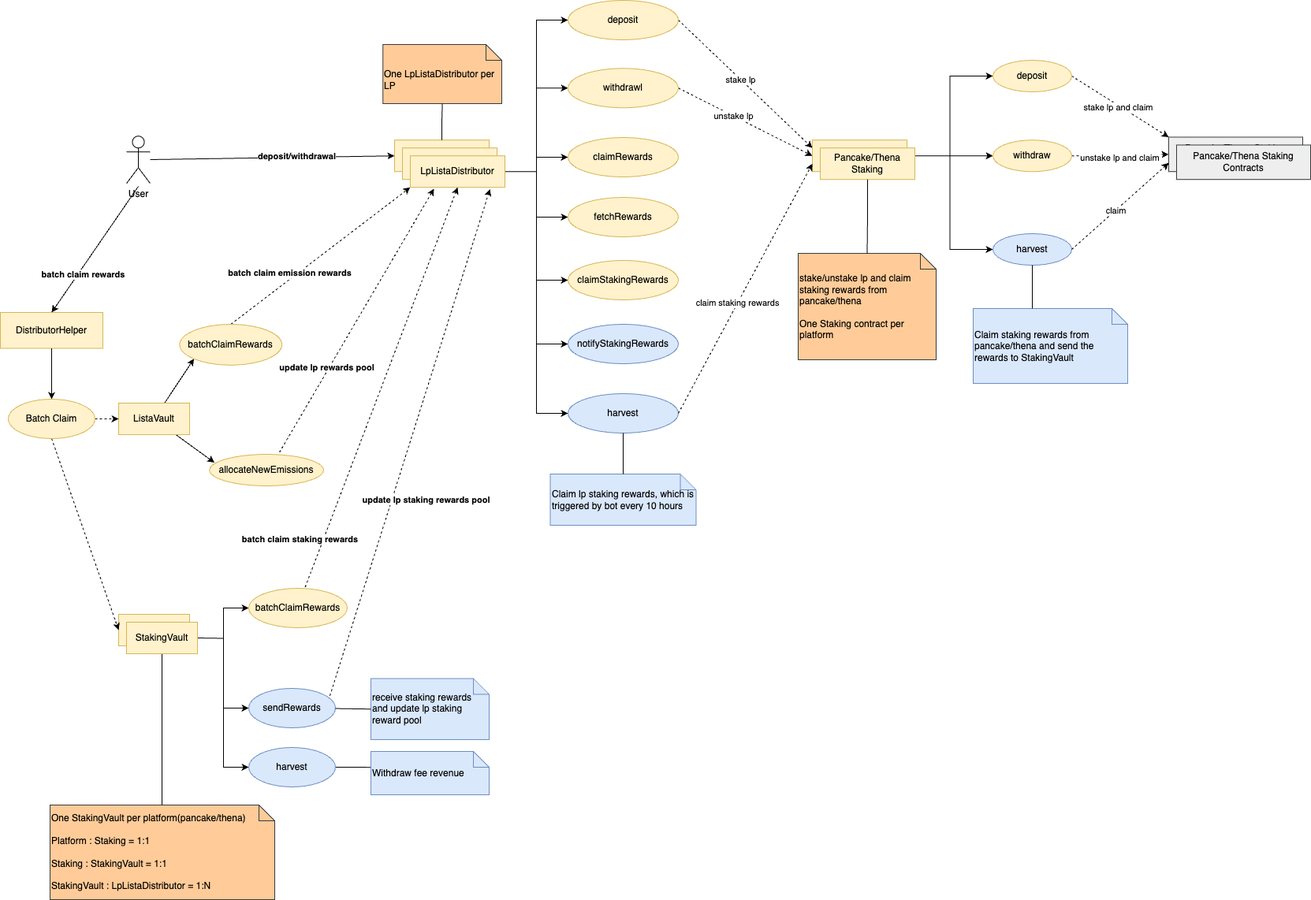
Before: diagrams/Token-Emission.drawio.png, a diagram exported from draw.io (lista-dao/lista-token). Source tidied: cells renumbered, new cells last; positions are measured from the earlier drawing's top-left corner, leaving out a move shared by most shapes.
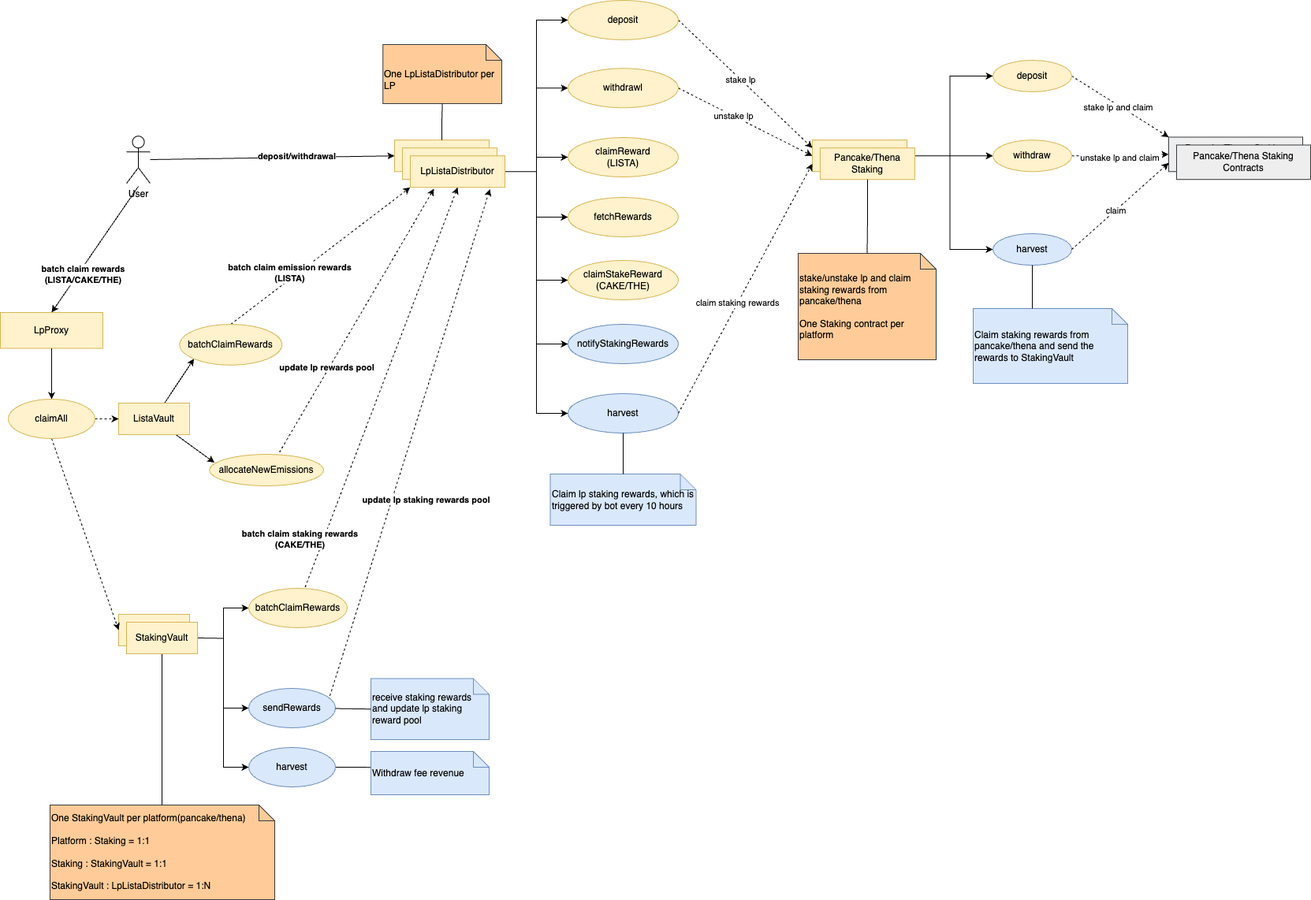
Above is the later version.

Commit message:
doc: update token emission diagram

Diff of the diagram source:
```diff
@@ -111,7 +111,7 @@
     <mxCell id="36" style="rounded=0;jettySize=auto;html=1;entryX=0;entryY=1;entryDx=0;entryDy=0;dashed=1;exitX=0.5;exitY=0;exitDx=0;exitDy=0;" parent="1" edge="1" source="50" target="35">
       <mxGeometry relative="1" as="geometry" />
     </mxCell>
-    <mxCell id="37" value="&lt;b&gt;batch claim emission rewards&lt;/b&gt;" style="edgeLabel;html=1;align=center;verticalAlign=middle;" parent="36" vertex="1">
+    <mxCell id="37" value="&lt;b&gt;batch claim emission rewards&lt;br&gt;(LISTA)&lt;/b&gt;" style="edgeLabel;html=1;align=center;verticalAlign=middle;" parent="36" vertex="1">
       <mxGeometry x="-0.02" relative="1" as="geometry">
         <mxPoint x="-37" y="19" as="offset" />
       </mxGeometry>
@@ -130,7 +130,7 @@
         <mxPoint x="175" y="236" as="sourcePoint" />
       </mxGeometry>
     </mxCell>
-    <mxCell id="42" value="&lt;b&gt;batch claim rewards&lt;/b&gt;" style="edgeLabel;html=1;align=center;verticalAlign=middle;" parent="41" vertex="1">
+    <mxCell id="42" value="&lt;b&gt;batch claim rewards&lt;br&gt;(LISTA/CAKE/THE)&lt;/b&gt;" style="edgeLabel;html=1;align=center;verticalAlign=middle;" parent="41" vertex="1">
       <mxGeometry x="0.35" y="4" relative="1" as="geometry">
         <mxPoint y="1" as="offset" />
       </mxGeometry>
@@ -150,7 +150,7 @@
     <mxCell id="47" style="edgeStyle=orthogonalEdgeStyle;rounded=0;jettySize=auto;html=1;exitX=0.5;exitY=1;exitDx=0;exitDy=0;entryX=0.5;entryY=0;entryDx=0;entryDy=0;entryPerimeter=0;endArrow=none;endFill=0;" parent="1" edge="1" source="10" target="46">
       <mxGeometry relative="1" as="geometry" />
     </mxCell>
-    <mxCell id="48" value="claimRewards" style="ellipse;whiteSpace=wrap;html=1;align=center;strokeColor=#d6b656;verticalAlign=middle;fontFamily=Helvetica;fontSize=12;fillColor=#fff2cc;" parent="1" vertex="1">
+    <mxCell id="48" value="claimReward&lt;br&gt;(LISTA)" style="ellipse;whiteSpace=wrap;html=1;align=center;strokeColor=#d6b656;verticalAlign=middle;fontFamily=Helvetica;fontSize=12;fillColor=#fff2cc;" parent="1" vertex="1">
       <mxGeometry x="720" y="174" width="140" height="50" as="geometry" />
     </mxCell>
     <mxCell id="49" value="&lt;span style=&quot;color: rgb(0, 0, 0); font-family: Helvetica; font-size: 12px; font-style: normal; font-variant-ligatures: normal; font-variant-caps: normal; font-weight: 400; letter-spacing: normal; orphans: 2; text-align: center; text-indent: 0px; text-transform: none; widows: 2; word-spacing: 0px; -webkit-text-stroke-width: 0px; white-space: normal; text-decoration-thickness: initial; text-decoration-style: initial; text-decoration-color: initial; float: none; display: inline !important;&quot;&gt;Pancake/Thena Staking&lt;/span&gt;" style="whiteSpace=wrap;html=1;align=center;strokeColor=#d6b656;verticalAlign=middle;fontFamily=Helvetica;fontSize=12;fillColor=#fff2cc;" parent="1" vertex="1">
@@ -197,7 +197,7 @@
     <mxCell id="60" style="rounded=0;jettySize=auto;html=1;entryX=0.5;entryY=1;entryDx=0;entryDy=0;exitX=0.573;exitY=-0.03;exitDx=0;exitDy=0;dashed=1;exitPerimeter=0;" parent="1" edge="1" source="55" target="35">
       <mxGeometry relative="1" as="geometry" />
     </mxCell>
-    <mxCell id="61" value="&lt;b&gt;batch claim staking rewards&lt;/b&gt;" style="edgeLabel;html=1;align=center;verticalAlign=middle;" parent="60" vertex="1">
+    <mxCell id="61" value="&lt;b&gt;batch claim staking rewards&lt;br&gt;(CAKE/THE)&lt;/b&gt;" style="edgeLabel;html=1;align=center;verticalAlign=middle;" parent="60" vertex="1">
       <mxGeometry x="-0.54" relative="1" as="geometry">
         <mxPoint x="-52" y="57" as="offset" />
       </mxGeometry>
@@ -211,7 +211,7 @@
     <mxCell id="64" style="rounded=0;jettySize=auto;html=1;entryX=0;entryY=0.5;entryDx=0;entryDy=0;exitX=0.5;exitY=1;exitDx=0;exitDy=0;dashed=1;" parent="1" edge="1" source="82" target="56">
       <mxGeometry relative="1" as="geometry" />
     </mxCell>
-    <mxCell id="65" value="DistributorHelper" style="whiteSpace=wrap;html=1;align=center;strokeColor=#d6b656;verticalAlign=middle;fontFamily=Helvetica;fontSize=12;fillColor=#fff2cc;" parent="1" vertex="1">
+    <mxCell id="65" value="LpProxy" style="whiteSpace=wrap;html=1;align=center;strokeColor=#d6b656;verticalAlign=middle;fontFamily=Helvetica;fontSize=12;fillColor=#fff2cc;" parent="1" vertex="1">
       <mxGeometry y="396" width="130" height="45.5" as="geometry" />
     </mxCell>
     <mxCell id="66" value="Claim staking rewards from pancake/thena and send the rewards to StakingVault" style="shape=note;size=20;whiteSpace=wrap;html=1;strokeColor=#6c8ebf;align=left;verticalAlign=middle;fontFamily=Helvetica;fontSize=12;fillColor=#dae8fc;" parent="1" vertex="1">
@@ -266,7 +266,7 @@
     <mxCell id="81" style="edgeStyle=orthogonalEdgeStyle;rounded=0;jettySize=auto;html=1;exitX=0.5;exitY=1;exitDx=0;exitDy=0;" parent="1" edge="1" source="65" target="82">
       <mxGeometry relative="1" as="geometry" />
     </mxCell>
-    <mxCell id="82" value="Batch Claim" style="ellipse;whiteSpace=wrap;html=1;align=center;strokeColor=#d6b656;verticalAlign=middle;fontFamily=Helvetica;fontSize=12;fillColor=#fff2cc;" parent="1" vertex="1">
+    <mxCell id="82" value="claimAll" style="ellipse;whiteSpace=wrap;html=1;align=center;strokeColor=#d6b656;verticalAlign=middle;fontFamily=Helvetica;fontSize=12;fillColor=#fff2cc;" parent="1" vertex="1">
       <mxGeometry x="10" y="506" width="110" height="50" as="geometry" />
     </mxCell>
     <mxCell id="83" value="Pancake/Thena Staking Contracts" style="whiteSpace=wrap;html=1;align=center;strokeColor=#36393d;verticalAlign=middle;fontFamily=Helvetica;fontSize=12;fillColor=#eeeeee;" parent="1" vertex="1">
@@ -275,7 +275,7 @@
     <mxCell id="84" value="StakingVault" style="whiteSpace=wrap;html=1;align=center;strokeColor=#d6b656;verticalAlign=middle;fontFamily=Helvetica;fontSize=12;fillColor=#fff2cc;" parent="1" vertex="1">
       <mxGeometry x="160" y="789" width="90" height="40" as="geometry" />
     </mxCell>
-    <mxCell id="85" value="claimStakingRewards" style="ellipse;whiteSpace=wrap;html=1;align=center;strokeColor=#d6b656;verticalAlign=middle;fontFamily=Helvetica;fontSize=12;fillColor=#fff2cc;" parent="1" vertex="1">
+    <mxCell id="85" value="claimStakeReward&lt;br&gt;(CAKE/THE)" style="ellipse;whiteSpace=wrap;html=1;align=center;strokeColor=#d6b656;verticalAlign=middle;fontFamily=Helvetica;fontSize=12;fillColor=#fff2cc;" parent="1" vertex="1">
       <mxGeometry x="720" y="330" width="140" height="50" as="geometry" />
     </mxCell>
   </root>
```
